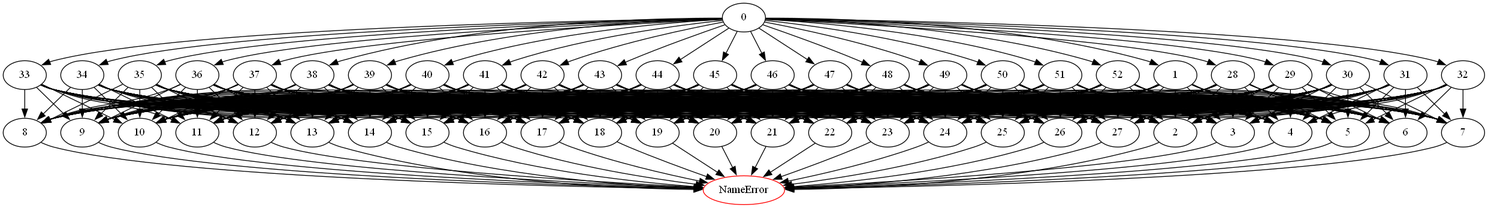
This is DomainPicture/one-trick.zjolmu.comdirected_graph.png from Asikl/MazeMapper, a Graphviz export, as it was before one commit. Its source is kept beside it as DomainPicture/one-trick.zjolmu.comdirected_graph.dot.
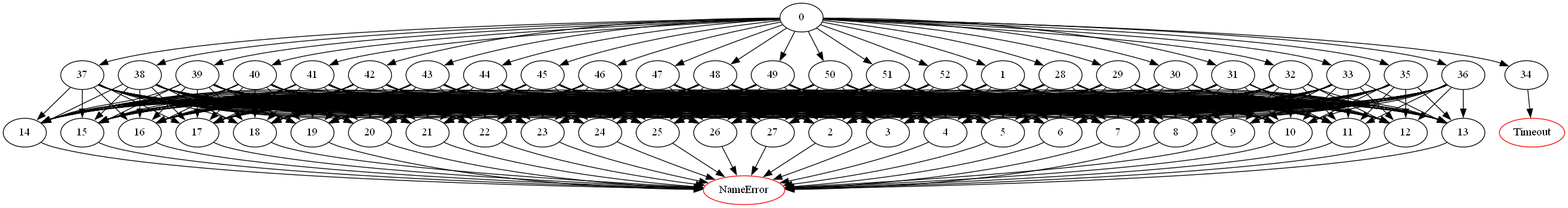
Later version of the same file.

Diff of the diagram source:
```diff
@@ -259,32 +259,8 @@
 	33 -> 25;
 	33 -> 26;
 	33 -> 27;
-	34 -> 2;
-	34 -> 3;
-	34 -> 4;
-	34 -> 5;
-	34 -> 6;
-	34 -> 7;
-	34 -> 8;
-	34 -> 9;
-	34 -> 10;
-	34 -> 11;
-	34 -> 12;
-	34 -> 13;
-	34 -> 14;
-	34 -> 15;
-	34 -> 16;
-	34 -> 17;
-	34 -> 18;
-	34 -> 19;
-	34 -> 20;
-	34 -> 21;
-	34 -> 22;
-	34 -> 23;
-	34 -> 24;
-	34 -> 25;
-	34 -> 26;
-	34 -> 27;
+	34 -> "Timeout";
+Timeout [color=red];
 	35 -> 2;
 	35 -> 3;
 	35 -> 4;
```
